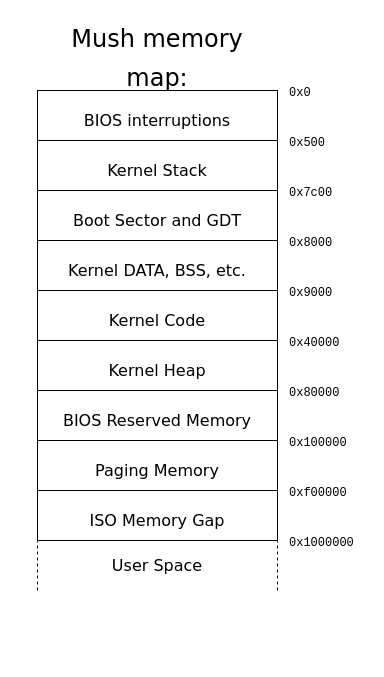
This is docs/assets/memory_map.drawio from pseusys/MushOS, a draw.io file, before an edit. Source tidied: cells renumbered, new cells numbered last; positions are measured from the earlier drawing's top-left corner, leaving out a move shared by most shapes. Both pictures are drawn from the tidied source at 100%, with x=0, y=0 at pixel (17, 25).
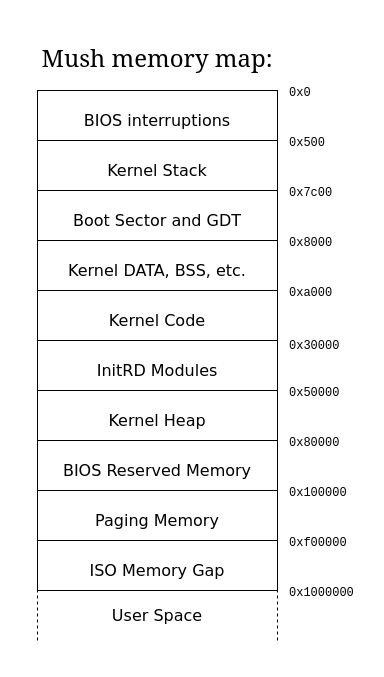
After the change.

Commit message:
memory map font changed

Diff of the diagram source:
```diff
@@
     <mxCell id="2" style="rounded=0;whiteSpace=wrap;html=1;dashed=1;fontFamily=Verdana;fontSize=16;strokeColor=none;" parent="1" vertex="1">
-      <mxGeometry width="350" height="585" as="geometry" />
+      <mxGeometry width="350" height="635" as="geometry" />
     </mxCell>
@@
-    <mxCell id="4" value="&lt;font face=&quot;Verdana&quot; style=&quot;font-size: 24px;&quot;&gt;Mush memory map:&lt;/font&gt;" style="text;html=1;strokeColor=none;fillColor=none;align=center;verticalAlign=middle;whiteSpace=wrap;rounded=0;fontFamily=Lucida Console;fontSize=32;" parent="1" vertex="1">
+    <mxCell id="4" value="&lt;font style=&quot;font-size: 24px;&quot;&gt;Mush memory map:&lt;/font&gt;" style="text;html=1;strokeColor=none;fillColor=none;align=center;verticalAlign=middle;whiteSpace=wrap;rounded=0;fontFamily=Georgia;fontSize=32;" parent="1" vertex="1">
       <mxGeometry x="20" y="15" width="240" height="30" as="geometry" />
     </mxCell>
@@
     <mxCell id="9" value="&lt;font face=&quot;Verdana&quot; style=&quot;font-size: 16px;&quot;&gt;Kernel Heap&lt;/font&gt;" style="rounded=0;whiteSpace=wrap;html=1;fontFamily=Lucida Console;fontSize=32;" parent="1" vertex="1">
-      <mxGeometry x="20" y="315" width="240" height="50" as="geometry" />
+      <mxGeometry x="20" y="365" width="240" height="50" as="geometry" />
     </mxCell>
     <mxCell id="10" value="&lt;font face=&quot;Verdana&quot; style=&quot;font-size: 16px;&quot;&gt;BIOS Reserved Memory&lt;/font&gt;" style="rounded=0;whiteSpace=wrap;html=1;fontFamily=Lucida Console;fontSize=32;" parent="1" vertex="1">
-      <mxGeometry x="20" y="365" width="240" height="50" as="geometry" />
+      <mxGeometry x="20" y="415" width="240" height="50" as="geometry" />
     </mxCell>
     <mxCell id="11" value="&lt;font face=&quot;Verdana&quot; style=&quot;font-size: 16px;&quot;&gt;Paging Memory&lt;/font&gt;" style="rounded=0;whiteSpace=wrap;html=1;fontFamily=Lucida Console;fontSize=32;" parent="1" vertex="1">
-      <mxGeometry x="20" y="415" width="240" height="50" as="geometry" />
+      <mxGeometry x="20" y="465" width="240" height="50" as="geometry" />
     </mxCell>
     <mxCell id="12" value="&lt;font face=&quot;Verdana&quot; style=&quot;font-size: 16px;&quot;&gt;ISO Memory Gap&lt;/font&gt;" style="rounded=0;whiteSpace=wrap;html=1;fontFamily=Lucida Console;fontSize=32;" parent="1" vertex="1">
-      <mxGeometry x="20" y="465" width="240" height="50" as="geometry" />
+      <mxGeometry x="20" y="515" width="240" height="50" as="geometry" />
     </mxCell>
     <mxCell id="13" value="User Space" style="text;html=1;strokeColor=none;fillColor=none;align=center;verticalAlign=middle;whiteSpace=wrap;rounded=0;dashed=1;fontFamily=Verdana;fontSize=16;" parent="1" vertex="1">
-      <mxGeometry x="20" y="515" width="240" height="50" as="geometry" />
+      <mxGeometry x="20" y="565" width="240" height="50" as="geometry" />
     </mxCell>
     <mxCell id="14" style="endArrow=none;dashed=1;html=1;rounded=0;fontFamily=Verdana;fontSize=16;exitX=0;exitY=1;exitDx=0;exitDy=0;" parent="1" edge="1" source="13">
       <mxGeometry relative="1" as="geometry">
-        <mxPoint x="20" y="515" as="targetPoint" />
+        <mxPoint x="20" y="565" as="targetPoint" />
       </mxGeometry>
     </mxCell>
@@
-    <mxCell id="20" value="&lt;font style=&quot;font-size: 12px;&quot; face=&quot;Courier New&quot;&gt;0x9000&lt;/font&gt;" style="text;html=1;strokeColor=none;fillColor=none;align=left;verticalAlign=middle;whiteSpace=wrap;rounded=0;dashed=1;fontFamily=Verdana;fontSize=16;" parent="1" vertex="1">
+    <mxCell id="20" value="&lt;font style=&quot;font-size: 12px;&quot; face=&quot;Courier New&quot;&gt;0xa000&lt;/font&gt;" style="text;html=1;strokeColor=none;fillColor=none;align=left;verticalAlign=middle;whiteSpace=wrap;rounded=0;dashed=1;fontFamily=Verdana;fontSize=16;" parent="1" vertex="1">
       <mxGeometry x="270" y="245" width="70" height="40" as="geometry" />
     </mxCell>
-    <mxCell id="21" value="&lt;font style=&quot;font-size: 12px;&quot; face=&quot;Courier New&quot;&gt;0x40000&lt;/font&gt;" style="text;html=1;strokeColor=none;fillColor=none;align=left;verticalAlign=middle;whiteSpace=wrap;rounded=0;dashed=1;fontFamily=Verdana;fontSize=16;" parent="1" vertex="1">
-      <mxGeometry x="270" y="295" width="70" height="40" as="geometry" />
+    <mxCell id="21" value="&lt;font style=&quot;font-size: 12px;&quot; face=&quot;Courier New&quot;&gt;0x50000&lt;/font&gt;" style="text;html=1;strokeColor=none;fillColor=none;align=left;verticalAlign=middle;whiteSpace=wrap;rounded=0;dashed=1;fontFamily=Verdana;fontSize=16;" parent="1" vertex="1">
+      <mxGeometry x="270" y="345" width="70" height="40" as="geometry" />
     </mxCell>
     <mxCell id="22" value="&lt;font style=&quot;font-size: 12px;&quot; face=&quot;Courier New&quot;&gt;0x80000&lt;/font&gt;" style="text;html=1;strokeColor=none;fillColor=none;align=left;verticalAlign=middle;whiteSpace=wrap;rounded=0;dashed=1;fontFamily=Verdana;fontSize=16;" parent="1" vertex="1">
-      <mxGeometry x="270" y="345" width="70" height="40" as="geometry" />
+      <mxGeometry x="270" y="395" width="70" height="40" as="geometry" />
     </mxCell>
     <mxCell id="23" value="&lt;font style=&quot;font-size: 12px;&quot; face=&quot;Courier New&quot;&gt;0x100000&lt;/font&gt;" style="text;html=1;strokeColor=none;fillColor=none;align=left;verticalAlign=middle;whiteSpace=wrap;rounded=0;dashed=1;fontFamily=Verdana;fontSize=16;" parent="1" vertex="1">
-      <mxGeometry x="270" y="395" width="70" height="40" as="geometry" />
+      <mxGeometry x="270" y="445" width="70" height="40" as="geometry" />
     </mxCell>
     <mxCell id="24" value="&lt;font style=&quot;font-size: 12px;&quot; face=&quot;Courier New&quot;&gt;0xf00000&lt;/font&gt;" style="text;html=1;strokeColor=none;fillColor=none;align=left;verticalAlign=middle;whiteSpace=wrap;rounded=0;dashed=1;fontFamily=Verdana;fontSize=16;" parent="1" vertex="1">
-      <mxGeometry x="270" y="445" width="70" height="40" as="geometry" />
+      <mxGeometry x="270" y="495" width="70" height="40" as="geometry" />
     </mxCell>
     <mxCell id="25" value="&lt;font style=&quot;font-size: 12px;&quot; face=&quot;Courier New&quot;&gt;0x1000000&lt;/font&gt;" style="text;html=1;strokeColor=none;fillColor=none;align=left;verticalAlign=middle;whiteSpace=wrap;rounded=0;dashed=1;fontFamily=Verdana;fontSize=16;" parent="1" vertex="1">
-      <mxGeometry x="270" y="495" width="70" height="40" as="geometry" />
+      <mxGeometry x="270" y="545" width="70" height="40" as="geometry" />
     </mxCell>
+    <mxCell id="26" value="&lt;font face=&quot;Verdana&quot; style=&quot;font-size: 16px;&quot;&gt;InitRD Modules&lt;/font&gt;" style="rounded=0;whiteSpace=wrap;html=1;fontFamily=Lucida Console;fontSize=32;" parent="1" vertex="1">
+      <mxGeometry x="20" y="315" width="240" height="50" as="geometry" />
+    </mxCell>
+    <mxCell id="27" value="&lt;font style=&quot;font-size: 12px;&quot; face=&quot;Courier New&quot;&gt;0x30000&lt;/font&gt;" style="text;html=1;strokeColor=none;fillColor=none;align=left;verticalAlign=middle;whiteSpace=wrap;rounded=0;dashed=1;fontFamily=Verdana;fontSize=16;" parent="1" vertex="1">
+      <mxGeometry x="270" y="297.5" width="70" height="40" as="geometry" />
+    </mxCell>
```
